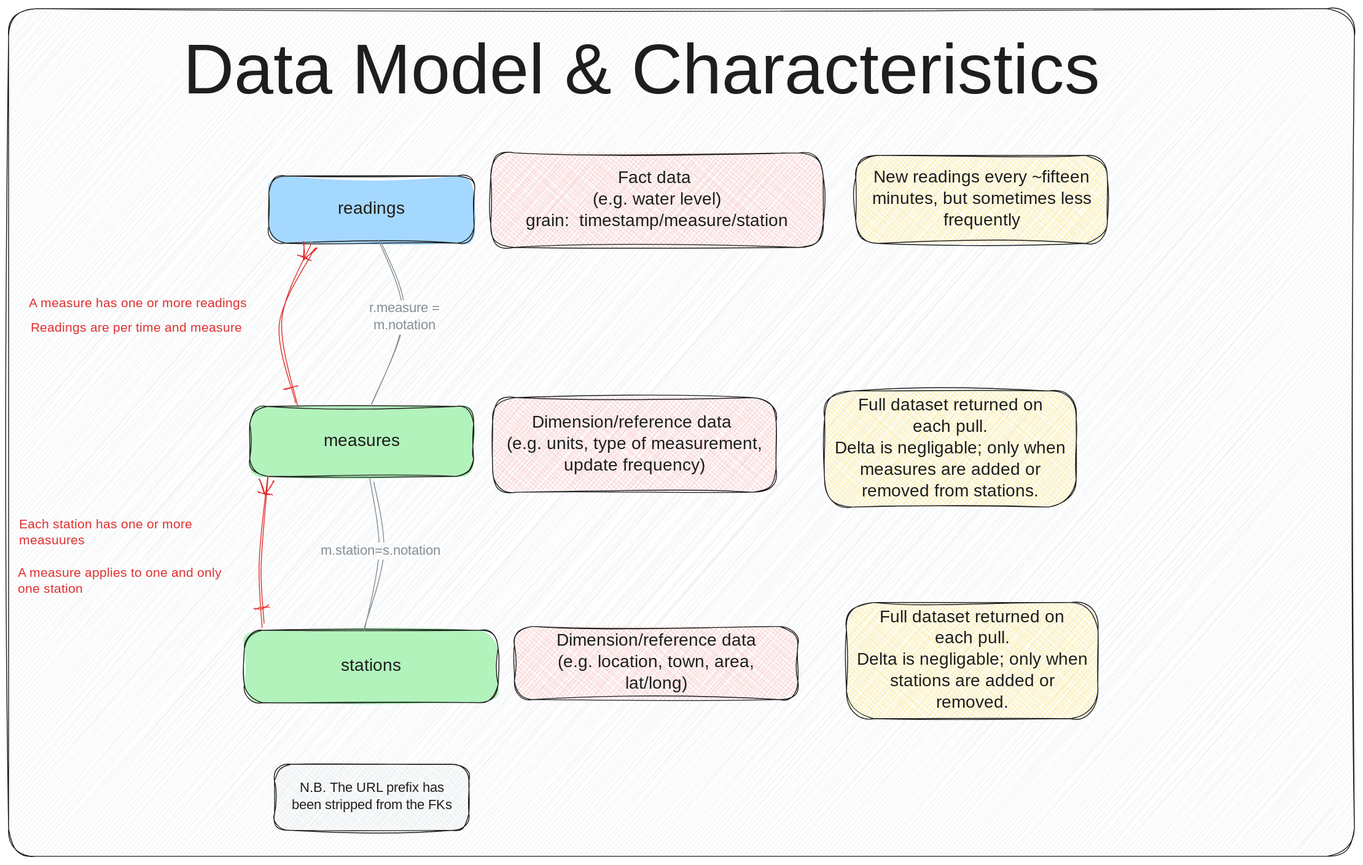
Above: static/images/2025/03/data-model.excalidraw.svg in rmoff/rmoff-blog (Excalidraw), before the change. Source tidied: one line per element, renumbered; positions are measured from the earlier drawing's top-left corner, leaving out a move shared by most shapes.
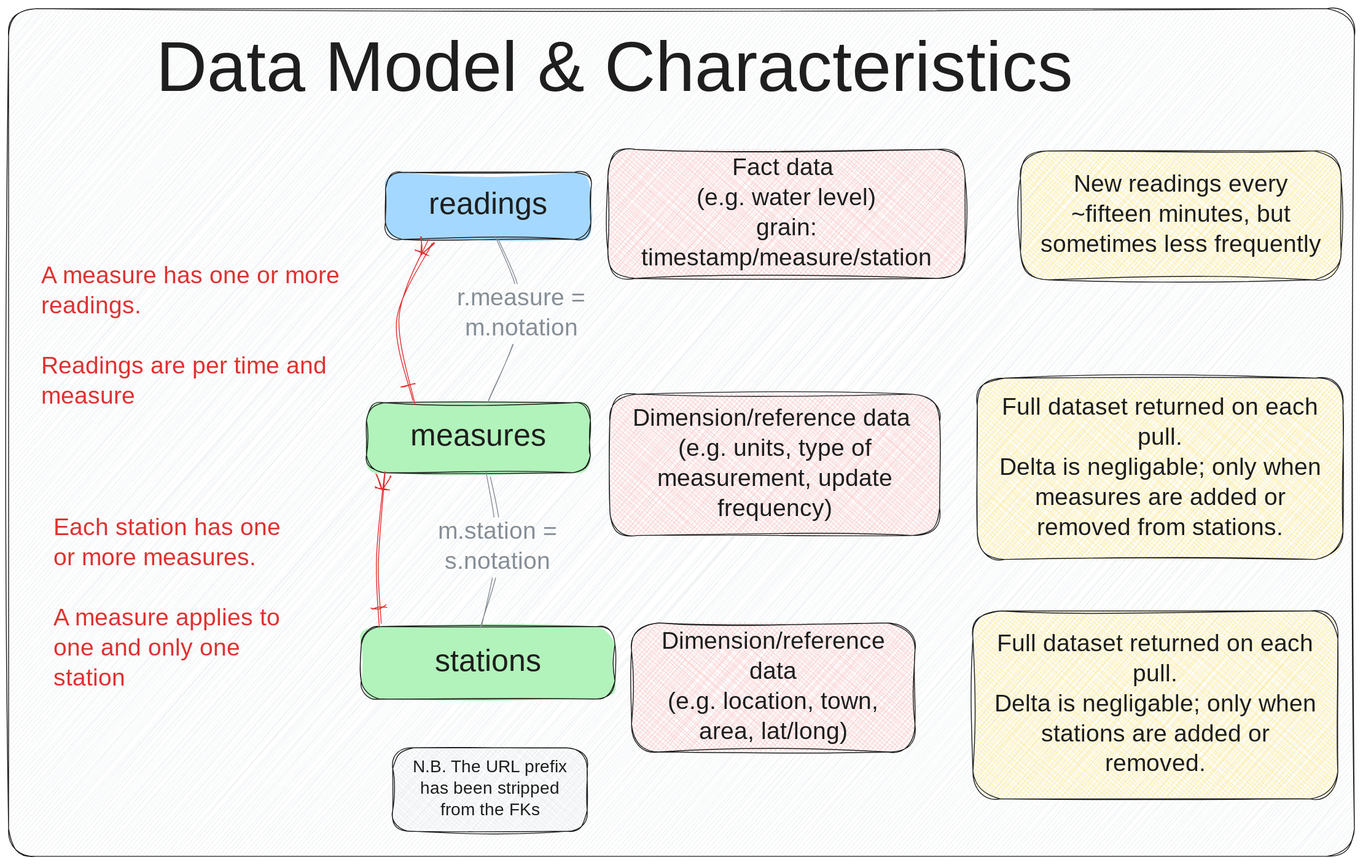
The same diagram one commit later.

Change to the diagram source:
```diff
@@ -1,32 +1,30 @@
-{"id": 0, "type": "rectangle", "strokeColor": "#1e1e1e", "backgroundColor": "#e9ecef", "fillStyle": "hachure", "strokeWidth": 1, "roughness": 2, "round": true, "x": 0, "y": 0, "width": 1565, "height": 986}
+{"id": 0, "type": "rectangle", "strokeColor": "#1e1e1e", "backgroundColor": "#e9ecef", "fillStyle": "hachure", "strokeWidth": 1, "roughness": 2, "round": true, "x": -136, "y": 4, "width": 1565, "height": 986}
-{"id": 1, "type": "rectangle", "strokeColor": "#1e1e1e", "backgroundColor": "#b2f2bb", "fillStyle": "solid", "strokeWidth": 1, "roughness": 2, "round": true, "x": 274, "y": 723, "width": 295, "height": 84}
+{"id": 1, "type": "rectangle", "strokeColor": "#1e1e1e", "backgroundColor": "#b2f2bb", "fillStyle": "solid", "strokeWidth": 1, "roughness": 2, "round": true, "x": 274, "y": 722, "width": 295, "height": 84}
-{"id": 2, "type": "text", "text": "stations", "strokeColor": "#1e1e1e", "strokeWidth": 2, "roughness": 1, "fontSize": 20, "fontFamily": 5, "textAlign": "center", "verticalAlign": "middle", "inside": 1, "x": 380, "y": 752, "width": 83, "height": 25}
+{"id": 2, "type": "text", "text": "stations", "strokeColor": "#1e1e1e", "strokeWidth": 2, "roughness": 1, "fontSize": 36, "fontFamily": 5, "textAlign": "center", "verticalAlign": "middle", "inside": 1, "x": 347, "y": 742, "width": 149, "height": 45}
 {"id": 3, "type": "rectangle", "strokeColor": "#1e1e1e", "backgroundColor": "#b2f2bb", "fillStyle": "solid", "strokeWidth": 1, "roughness": 2, "round": true, "x": 280, "y": 462, "width": 260, "height": 81}
-{"id": 4, "type": "text", "text": "measures", "strokeColor": "#1e1e1e", "strokeWidth": 2, "roughness": 1, "fontSize": 20, "fontFamily": 5, "textAlign": "center", "verticalAlign": "middle", "inside": 3, "x": 367, "y": 491, "width": 87, "height": 25}
+{"id": 4, "type": "text", "text": "measures", "strokeColor": "#1e1e1e", "strokeWidth": 2, "roughness": 1, "fontSize": 36, "fontFamily": 5, "textAlign": "center", "verticalAlign": "middle", "inside": 3, "x": 332, "y": 480, "width": 156, "height": 45}
-{"id": 5, "type": "rectangle", "strokeColor": "#1e1e1e", "backgroundColor": "#a5d8ff", "fillStyle": "solid", "strokeWidth": 1, "roughness": 2, "round": true, "x": 303, "y": 195, "width": 239, "height": 78}
+{"id": 5, "type": "rectangle", "strokeColor": "#1e1e1e", "backgroundColor": "#a5d8ff", "fillStyle": "solid", "strokeWidth": 1, "roughness": 2, "round": true, "x": 302, "y": 194, "width": 239, "height": 78}
-{"id": 6, "type": "text", "text": "readings", "strokeColor": "#1e1e1e", "strokeWidth": 2, "roughness": 1, "fontSize": 20, "fontFamily": 5, "textAlign": "center", "verticalAlign": "middle", "inside": 5, "x": 382, "y": 221, "width": 80, "height": 25}
+{"id": 6, "type": "text", "text": "readings", "strokeColor": "#1e1e1e", "strokeWidth": 2, "roughness": 1, "fontSize": 36, "fontFamily": 5, "textAlign": "center", "verticalAlign": "middle", "inside": 5, "x": 350, "y": 211, "width": 143, "height": 45}
-{"id": 7, "type": "arrow", "strokeColor": "#868e96", "backgroundColor": "#a5d8ff", "fillStyle": "solid", "strokeWidth": 1, "roughness": 2, "round": true, "from": 3, "to": 1, "x": 420, "y": 546, "width": 19, "height": 176, "points": [[0, 0], [12, 85], [-6, 176]]}
+{"id": 7, "type": "arrow", "strokeColor": "#868e96", "backgroundColor": "#a5d8ff", "fillStyle": "solid", "strokeWidth": 1, "roughness": 2, "round": true, "from": 3, "to": 1, "x": 420, "y": 544, "width": 19, "height": 178, "points": [[0, 0], [13, 86], [-6, 178]]}
-{"id": 8, "type": "text", "text": "m.station=s.notation", "strokeColor": "#868e96", "backgroundColor": "#a5d8ff", "fillStyle": "solid", "strokeWidth": 1, "roughness": 2, "fontSize": 16, "fontFamily": 8, "textAlign": "center", "verticalAlign": "middle", "inside": 7, "x": 455, "y": 624, "width": 176, "height": 20}
+{"id": 8, "type": "text", "text": "m.station =\ns.notation", "strokeColor": "#868e96", "backgroundColor": "#a5d8ff", "fillStyle": "solid", "strokeWidth": 1, "roughness": 2, "fontSize": 28, "fontFamily": 8, "textAlign": "center", "verticalAlign": "middle", "inside": 7, "x": 348, "y": 596, "width": 169, "height": 70}
-{"id": 9, "type": "arrow", "strokeColor": "#868e96", "backgroundColor": "#a5d8ff", "fillStyle": "solid", "strokeWidth": 1, "roughness": 2, "round": true, "from": 5, "to": 3, "x": 433, "y": 273, "width": 40, "height": 189, "points": [[0, 0], [27, 86], [-13, 189]]}
+{"id": 9, "type": "arrow", "strokeColor": "#868e96", "backgroundColor": "#a5d8ff", "fillStyle": "solid", "strokeWidth": 1, "roughness": 2, "round": true, "from": 5, "to": 3, "x": 433, "y": 273, "width": 41, "height": 189, "points": [[0, 0], [27, 87], [-14, 189]]}
-{"id": 10, "type": "text", "text": "r.measure =\nm.notation", "strokeColor": "#868e96", "backgroundColor": "#a5d8ff", "fillStyle": "solid", "strokeWidth": 1, "roughness": 2, "fontSize": 16, "fontFamily": 8, "textAlign": "center", "verticalAlign": "middle", "inside": 9, "x": 510, "y": 342, "width": 97, "height": 40}
+{"id": 10, "type": "text", "text": "r.measure =\nm.notation", "strokeColor": "#868e96", "backgroundColor": "#a5d8ff", "fillStyle": "solid", "strokeWidth": 1, "roughness": 2, "fontSize": 28, "fontFamily": 8, "textAlign": "center", "verticalAlign": "middle", "inside": 9, "x": 375, "y": 324, "width": 169, "height": 70}
-{"id": 11, "type": "arrow", "strokeColor": "#e03131", "backgroundColor": "#a5d8ff", "fillStyle": "solid", "strokeWidth": 1, "roughness": 2, "startArrowhead": "crowfoot_one", "endArrowhead": "crowfoot_one_or_many", "round": true, "from": 1, "to": 3, "x": 295, "y": 717, "width": 6, "height": 171, "points": [[0, 0], [-1, -70], [5, -171]]}
+{"id": 11, "type": "arrow", "strokeColor": "#e03131", "backgroundColor": "#a5d8ff", "fillStyle": "solid", "strokeWidth": 1, "roughness": 2, "startArrowhead": "crowfoot_one", "endArrowhead": "crowfoot_one_or_many", "round": true, "from": 1, "to": 3, "x": 295, "y": 721, "width": 6, "height": 177, "points": [[0, 0], [-1, -74], [5, -177]]}
-{"id": 12, "type": "arrow", "strokeColor": "#e03131", "backgroundColor": "#a5d8ff", "fillStyle": "solid", "strokeWidth": 1, "roughness": 2, "startArrowhead": "crowfoot_one_or_many", "endArrowhead": "crowfoot_one", "round": true, "from": 5, "to": 3, "x": 354, "y": 275, "width": 36, "height": 185, "points": [[0, 0], [-36, 87], [-17, 185]]}
+{"id": 12, "type": "arrow", "strokeColor": "#e03131", "backgroundColor": "#a5d8ff", "fillStyle": "solid", "strokeWidth": 1, "roughness": 2, "startArrowhead": "crowfoot_one_or_many", "endArrowhead": "crowfoot_one", "round": true, "from": 5, "to": 3, "x": 355, "y": 273, "width": 36, "height": 188, "points": [[0, 0], [-36, 88], [-17, 188]]}
-{"id": 13, "type": "text", "text": "Readings are per time and measure", "strokeColor": "#e03131", "backgroundColor": "#b2f2bb", "fillStyle": "cross-hatch", "strokeWidth": 4, "roughness": 2, "fontSize": 14.9, "fontFamily": 8, "x": 25, "y": 363, "width": 270, "height": 19}
-{"id": 14, "type": "text", "text": "A measure applies to one and only\none station", "strokeColor": "#e03131", "backgroundColor": "#b2f2bb", "fillStyle": "cross-hatch", "strokeWidth": 4, "roughness": 2, "fontSize": 14.9, "fontFamily": 8, "x": 11, "y": 647, "width": 299, "height": 37}
-{"id": 15, "type": "text", "text": "A measure has one or more readings", "strokeColor": "#e03131", "backgroundColor": "#b2f2bb", "fillStyle": "cross-hatch", "strokeWidth": 4, "roughness": 2, "fontSize": 14.9, "fontFamily": 8, "x": 24, "y": 334, "width": 284, "height": 19}
+{"id": 15, "type": "text", "text": "A measure has one or more\nreadings.\n\nReadings are per time and\nmeasure", "strokeColor": "#e03131", "backgroundColor": "#b2f2bb", "fillStyle": "cross-hatch", "strokeWidth": 4, "roughness": 2, "fontSize": 28, "fontFamily": 8, "x": -98, "y": 299, "width": 396, "height": 175}
-{"id": 16, "type": "text", "text": "Each station has one or more\nmeasuures", "strokeColor": "#e03131", "backgroundColor": "#b2f2bb", "fillStyle": "cross-hatch", "strokeWidth": 4, "roughness": 2, "fontSize": 14.9, "fontFamily": 8, "x": 12, "y": 591, "width": 240, "height": 37}
+{"id": 16, "type": "text", "text": "Each station has one\nor more measures.\n\nA measure applies to\none and only one\nstation", "strokeColor": "#e03131", "backgroundColor": "#b2f2bb", "fillStyle": "cross-hatch", "strokeWidth": 4, "roughness": 2, "fontSize": 28, "fontFamily": 8, "x": -84, "y": 591, "width": 337, "height": 210}
-{"id": 17, "type": "rectangle", "strokeColor": "#1e1e1e", "backgroundColor": "#e9ecef", "fillStyle": "cross-hatch", "strokeWidth": 1, "roughness": 2, "round": true, "x": 309, "y": 879, "width": 226, "height": 77}
+{"id": 17, "type": "rectangle", "strokeColor": "#1e1e1e", "backgroundColor": "#e9ecef", "fillStyle": "cross-hatch", "strokeWidth": 1, "roughness": 2, "round": true, "x": 310, "y": 863, "width": 226, "height": 97}
-{"id": 18, "type": "text", "text": "N.B. The URL prefix has\nbeen stripped from the FKs", "strokeColor": "#1e1e1e", "backgroundColor": "#b2f2bb", "fillStyle": "cross-hatch", "strokeWidth": 4, "roughness": 2, "fontSize": 16, "fontFamily": 5, "textAlign": "center", "verticalAlign": "middle", "inside": 17, "x": 315, "y": 897, "width": 214, "height": 40}
+{"id": 18, "type": "text", "text": "N.B. The URL prefix\nhas been stripped\nfrom the FKs", "strokeColor": "#1e1e1e", "backgroundColor": "#b2f2bb", "fillStyle": "cross-hatch", "strokeWidth": 4, "roughness": 2, "fontSize": 20, "fontFamily": 5, "textAlign": "center", "verticalAlign": "middle", "inside": 17, "x": 324, "y": 874, "width": 198, "height": 75}
-{"id": 19, "type": "rectangle", "strokeColor": "#1e1e1e", "backgroundColor": "#ffc9c9", "fillStyle": "cross-hatch", "strokeWidth": 1, "roughness": 2, "round": true, "x": 561, "y": 168, "width": 387, "height": 110}
+{"id": 19, "type": "rectangle", "strokeColor": "#1e1e1e", "backgroundColor": "#ffc9c9", "fillStyle": "cross-hatch", "strokeWidth": 1, "roughness": 2, "round": true, "x": 561, "y": 168, "width": 415, "height": 150}
-{"id": 20, "type": "text", "text": "Fact data \n(e.g. water level)\ngrain:  timestamp/measure/station", "strokeColor": "#1e1e1e", "backgroundColor": "#b2f2bb", "fillStyle": "cross-hatch", "strokeWidth": 1, "roughness": 2, "fontSize": 20, "fontFamily": 5, "textAlign": "center", "verticalAlign": "middle", "inside": 19, "x": 587, "y": 185, "width": 334, "height": 75}
+{"id": 20, "type": "text", "text": "Fact data \n(e.g. water level)\ngrain:\ntimestamp/measure/station", "strokeColor": "#1e1e1e", "backgroundColor": "#b2f2bb", "fillStyle": "cross-hatch", "strokeWidth": 1, "roughness": 2, "fontSize": 28, "fontFamily": 5, "textAlign": "center", "verticalAlign": "middle", "inside": 19, "x": 581, "y": 173, "width": 375, "height": 140}
-{"id": 21, "type": "rectangle", "strokeColor": "#1e1e1e", "backgroundColor": "#ffc9c9", "fillStyle": "cross-hatch", "strokeWidth": 1, "roughness": 2, "round": true, "x": 563, "y": 452, "width": 330, "height": 110}
+{"id": 21, "type": "rectangle", "strokeColor": "#1e1e1e", "backgroundColor": "#ffc9c9", "fillStyle": "cross-hatch", "strokeWidth": 1, "roughness": 2, "round": true, "x": 563, "y": 452, "width": 384, "height": 164}
-{"id": 22, "type": "text", "text": "Dimension/reference data \n(e.g. units, type of measurement,\nupdate frequency)", "strokeColor": "#1e1e1e", "backgroundColor": "#b2f2bb", "fillStyle": "cross-hatch", "strokeWidth": 1, "roughness": 2, "fontSize": 20, "fontFamily": 5, "textAlign": "center", "verticalAlign": "middle", "inside": 21, "x": 568, "y": 470, "width": 319, "height": 75}
+{"id": 22, "type": "text", "text": "Dimension/reference data \n(e.g. units, type of\nmeasurement, update\nfrequency)", "strokeColor": "#1e1e1e", "backgroundColor": "#b2f2bb", "fillStyle": "cross-hatch", "strokeWidth": 1, "roughness": 2, "fontSize": 28, "fontFamily": 5, "textAlign": "center", "verticalAlign": "middle", "inside": 21, "x": 576, "y": 464, "width": 358, "height": 140}
-{"id": 23, "type": "rectangle", "strokeColor": "#1e1e1e", "backgroundColor": "#ffc9c9", "fillStyle": "cross-hatch", "strokeWidth": 1, "roughness": 2, "round": true, "x": 588, "y": 718, "width": 330, "height": 85}
+{"id": 23, "type": "rectangle", "strokeColor": "#1e1e1e", "backgroundColor": "#ffc9c9", "fillStyle": "cross-hatch", "strokeWidth": 1, "roughness": 2, "round": true, "x": 588, "y": 718, "width": 330, "height": 150}
-{"id": 24, "type": "text", "text": "Dimension/reference data\n(e.g. location, town, area,\nlat/long)", "strokeColor": "#1e1e1e", "backgroundColor": "#b2f2bb", "fillStyle": "cross-hatch", "strokeWidth": 1, "roughness": 2, "fontSize": 20, "fontFamily": 5, "textAlign": "center", "verticalAlign": "middle", "inside": 23, "x": 629, "y": 723, "width": 248, "height": 75}
+{"id": 24, "type": "text", "text": "Dimension/reference\ndata\n(e.g. location, town,\narea, lat/long)", "strokeColor": "#1e1e1e", "backgroundColor": "#b2f2bb", "fillStyle": "cross-hatch", "strokeWidth": 1, "roughness": 2, "fontSize": 28, "fontFamily": 5, "textAlign": "center", "verticalAlign": "middle", "inside": 23, "x": 618, "y": 723, "width": 271, "height": 140}
-{"id": 25, "type": "rectangle", "strokeColor": "#1e1e1e", "backgroundColor": "#ffec99", "fillStyle": "cross-hatch", "strokeWidth": 1, "roughness": 2, "round": true, "x": 985, "y": 171, "width": 292, "height": 102}
+{"id": 25, "type": "rectangle", "strokeColor": "#1e1e1e", "backgroundColor": "#ffec99", "fillStyle": "cross-hatch", "strokeWidth": 1, "roughness": 2, "round": true, "x": 1041, "y": 169, "width": 373, "height": 150}
-{"id": 26, "type": "text", "text": "New readings every ~fifteen\nminutes, but sometimes less\nfrequently", "strokeColor": "#1e1e1e", "backgroundColor": "#ffec99", "fillStyle": "cross-hatch", "strokeWidth": 1, "roughness": 2, "fontSize": 20, "fontFamily": 5, "textAlign": "center", "verticalAlign": "middle", "inside": 25, "x": 995, "y": 184, "width": 273, "height": 75}
+{"id": 26, "type": "text", "text": "New readings every\n~fifteen minutes, but\nsometimes less frequently", "strokeColor": "#1e1e1e", "backgroundColor": "#ffec99", "fillStyle": "cross-hatch", "strokeWidth": 1, "roughness": 2, "fontSize": 28, "fontFamily": 5, "textAlign": "center", "verticalAlign": "middle", "inside": 25, "x": 1053, "y": 192, "width": 348, "height": 105}
-{"id": 27, "type": "rectangle", "strokeColor": "#1e1e1e", "backgroundColor": "#ffec99", "fillStyle": "cross-hatch", "strokeWidth": 1, "roughness": 2, "round": true, "x": 949, "y": 445, "width": 292, "height": 135}
+{"id": 27, "type": "rectangle", "strokeColor": "#1e1e1e", "backgroundColor": "#ffec99", "fillStyle": "cross-hatch", "strokeWidth": 1, "roughness": 2, "round": true, "x": 990, "y": 434, "width": 425, "height": 211}
-{"id": 28, "type": "text", "text": "Full dataset returned on\neach pull.\nDelta is negligable; only when\nmeasures are added or\nremoved from stations.", "strokeColor": "#1e1e1e", "backgroundColor": "#ffec99", "fillStyle": "cross-hatch", "strokeWidth": 1, "roughness": 2, "fontSize": 20, "fontFamily": 5, "textAlign": "center", "verticalAlign": "middle", "inside": 27, "x": 954, "y": 450, "width": 282, "height": 125}
+{"id": 28, "type": "text", "text": "Full dataset returned on each\npull.\nDelta is negligable; only when\nmeasures are added or\nremoved from stations.", "strokeColor": "#1e1e1e", "backgroundColor": "#ffec99", "fillStyle": "cross-hatch", "strokeWidth": 1, "roughness": 2, "fontSize": 28, "fontFamily": 5, "textAlign": "center", "verticalAlign": "middle", "inside": 27, "x": 998, "y": 451, "width": 409, "height": 175}
-{"id": 29, "type": "rectangle", "strokeColor": "#1e1e1e", "backgroundColor": "#ffec99", "fillStyle": "cross-hatch", "strokeWidth": 1, "roughness": 2, "round": true, "x": 974, "y": 691, "width": 292, "height": 135}
+{"id": 29, "type": "rectangle", "strokeColor": "#1e1e1e", "backgroundColor": "#ffec99", "fillStyle": "cross-hatch", "strokeWidth": 1, "roughness": 2, "round": true, "x": 985, "y": 704, "width": 424, "height": 218}
-{"id": 30, "type": "text", "text": "Full dataset returned on\neach pull.\nDelta is negligable; only when\nstations are added or\nremoved.", "strokeColor": "#1e1e1e", "backgroundColor": "#ffec99", "fillStyle": "cross-hatch", "strokeWidth": 1, "roughness": 2, "fontSize": 20, "fontFamily": 5, "textAlign": "center", "verticalAlign": "middle", "inside": 29, "x": 980, "y": 696, "width": 282, "height": 125}
+{"id": 30, "type": "text", "text": "Full dataset returned on each\npull.\nDelta is negligable; only when\nstations are added or\nremoved.", "strokeColor": "#1e1e1e", "backgroundColor": "#ffec99", "fillStyle": "cross-hatch", "strokeWidth": 1, "roughness": 2, "fontSize": 28, "fontFamily": 5, "textAlign": "center", "verticalAlign": "middle", "inside": 29, "x": 993, "y": 726, "width": 409, "height": 175}
-{"id": 31, "type": "text", "text": "Data Model & Characteristics", "strokeColor": "#1e1e1e", "backgroundColor": "#e9ecef", "fillStyle": "cross-hatch", "strokeWidth": 4, "roughness": 2, "fontSize": 82.3, "fontFamily": 5, "x": 203, "y": 26, "width": 1194, "height": 103}
+{"id": 31, "type": "text", "text": "Data Model & Characteristics", "strokeColor": "#1e1e1e", "backgroundColor": "#e9ecef", "fillStyle": "cross-hatch", "strokeWidth": 4, "roughness": 2, "fontSize": 82.3, "fontFamily": 5, "x": 35, "y": 27, "width": 1194, "height": 103}
```
